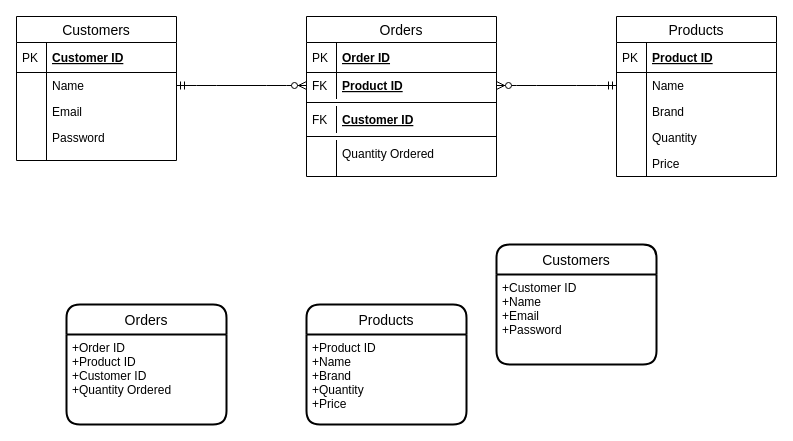
Earlier version of the draw.io diagram ERD.drawio (Warsame95/inventory-management-system). Source tidied: cells renumbered, new cells numbered last; positions are measured from the earlier drawing's top-left corner, leaving out a move shared by most shapes. Both pictures are drawn from the tidied source at 100%, with x=0, y=0 at pixel (16, 16).
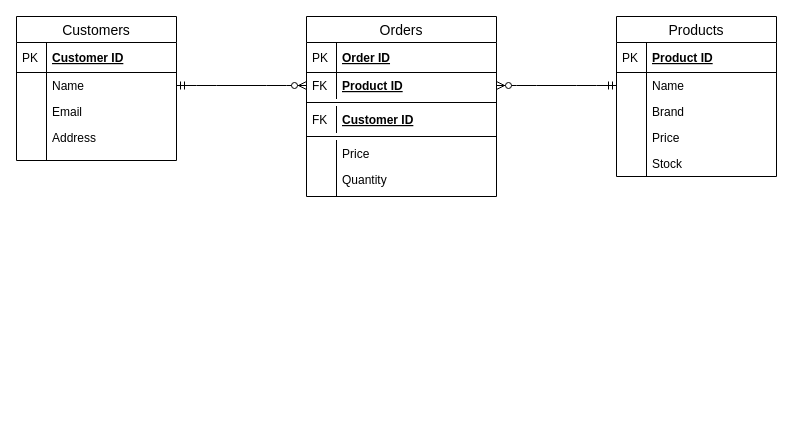
The same page after the edit.

Commit message:
I updated the structure of the tables

Unchanged cells that the change refers to:
```xml
<mxCell id="23" value="Customers" style="swimlane;fontStyle=0;horizontal=1;startSize=26;align=center;fontSize=14;" parent="1" vertex="1">
  <mxGeometry width="160" height="144" as="geometry" />
</mxCell>
<mxCell id="34" value="Products" style="swimlane;fontStyle=0;horizontal=1;startSize=26;align=center;fontSize=14;" parent="1" vertex="1">
  <mxGeometry x="600" width="160" height="160" as="geometry" />
</mxCell>
```

The edit, as a diff of the source:
```diff
@@
-    <mxCell id="4" value="Orders" style="swimlane;horizontal=1;startSize=30;rounded=1;fontSize=14;fontStyle=0;strokeWidth=2;shadow=0;dashed=0;align=center;" parent="1" vertex="1">
-      <mxGeometry x="50" y="288" width="160" height="120" as="geometry" />
-    </mxCell>
-    <mxCell id="5" value="+Order ID&#10;+Product ID&#10;+Customer ID&#10;+Quantity Ordered" style="align=left;strokeColor=none;fillColor=none;spacingLeft=4;fontSize=12;verticalAlign=top;" parent="4" vertex="1">
-      <mxGeometry y="30" width="160" height="90" as="geometry" />
-    </mxCell>
-    <mxCell id="6" value="Products" style="swimlane;horizontal=1;startSize=30;rounded=1;fontSize=14;fontStyle=0;strokeWidth=2;shadow=0;dashed=0;align=center;" parent="1" vertex="1">
-      <mxGeometry x="290" y="288" width="160" height="120" as="geometry" />
-    </mxCell>
-    <mxCell id="7" value="+Product ID&#10;+Name&#10;+Brand&#10;+Quantity&#10;+Price" style="align=left;strokeColor=none;fillColor=none;spacingLeft=4;fontSize=12;verticalAlign=top;" parent="6" vertex="1">
-      <mxGeometry y="30" width="160" height="90" as="geometry" />
-    </mxCell>
-    <mxCell id="8" value="Customers" style="swimlane;horizontal=1;startSize=30;rounded=1;fontSize=14;fontStyle=0;strokeWidth=2;shadow=0;dashed=0;align=center;" parent="1" vertex="1">
-      <mxGeometry x="480" y="228" width="160" height="120" as="geometry" />
-    </mxCell>
-    <mxCell id="9" value="+Customer ID&#10;+Name&#10;+Email&#10;+Password" style="align=left;strokeColor=none;fillColor=none;spacingLeft=4;fontSize=12;verticalAlign=top;" parent="8" vertex="1">
-      <mxGeometry y="30" width="160" height="90" as="geometry" />
-    </mxCell>
     <mxCell id="10" value="Orders" style="swimlane;fontStyle=0;horizontal=1;startSize=26;align=center;fontSize=14;" parent="1" vertex="1">
-      <mxGeometry x="290" width="190" height="160" as="geometry" />
+      <mxGeometry x="290" width="190" height="180" as="geometry" />
     </mxCell>
@@
-    <mxCell id="19" value="Quantity Ordered" style="shape=partialRectangle;top=0;left=0;right=0;bottom=0;align=left;verticalAlign=top;fillColor=none;spacingLeft=34;spacingRight=4;overflow=hidden;fontSize=12;" parent="10" vertex="1">
+    <mxCell id="19" value="Price" style="shape=partialRectangle;top=0;left=0;right=0;bottom=0;align=left;verticalAlign=top;fillColor=none;spacingLeft=34;spacingRight=4;overflow=hidden;fontSize=12;" parent="10" vertex="1">
       <mxGeometry y="124" width="190" height="26" as="geometry" />
     </mxCell>
@@
-    <mxCell id="21" style="shape=partialRectangle;top=0;left=0;right=0;bottom=0;align=left;verticalAlign=top;fillColor=none;spacingLeft=34;spacingRight=4;overflow=hidden;fontSize=12;" parent="10" vertex="1">
-      <mxGeometry y="150" width="190" height="10" as="geometry" />
+    <mxCell id="21" value="Quantity" style="shape=partialRectangle;top=0;left=0;right=0;bottom=0;align=left;verticalAlign=top;fillColor=none;spacingLeft=34;spacingRight=4;overflow=hidden;fontSize=12;" parent="10" vertex="1">
+      <mxGeometry y="150" width="190" height="30" as="geometry" />
     </mxCell>
     <mxCell id="22" style="shape=partialRectangle;top=0;left=0;bottom=0;fillColor=none;align=left;verticalAlign=top;spacingLeft=4;spacingRight=4;overflow=hidden;fontSize=12;" parent="21" vertex="1">
-      <mxGeometry width="30" height="10" as="geometry" />
+      <mxGeometry width="30" height="30" as="geometry" />
     </mxCell>
@@
-    <mxCell id="30" value="Password" style="shape=partialRectangle;top=0;left=0;right=0;bottom=0;align=left;verticalAlign=top;fillColor=none;spacingLeft=34;spacingRight=4;overflow=hidden;fontSize=12;" parent="23" vertex="1">
+    <mxCell id="30" value="Address" style="shape=partialRectangle;top=0;left=0;right=0;bottom=0;align=left;verticalAlign=top;fillColor=none;spacingLeft=34;spacingRight=4;overflow=hidden;fontSize=12;" parent="23" vertex="1">
       <mxGeometry y="108" width="160" height="26" as="geometry" />
     </mxCell>
@@
-    <mxCell id="41" value="Quantity" style="shape=partialRectangle;top=0;left=0;right=0;bottom=0;align=left;verticalAlign=top;fillColor=none;spacingLeft=34;spacingRight=4;overflow=hidden;fontSize=12;" parent="34" vertex="1">
+    <mxCell id="41" value="Price" style="shape=partialRectangle;top=0;left=0;right=0;bottom=0;align=left;verticalAlign=top;fillColor=none;spacingLeft=34;spacingRight=4;overflow=hidden;fontSize=12;" parent="34" vertex="1">
       <mxGeometry y="108" width="160" height="26" as="geometry" />
     </mxCell>
@@
-    <mxCell id="43" value="Price" style="shape=partialRectangle;top=0;left=0;right=0;bottom=0;align=left;verticalAlign=top;fillColor=none;spacingLeft=34;spacingRight=4;overflow=hidden;fontSize=12;" parent="34" vertex="1">
+    <mxCell id="43" value="Stock" style="shape=partialRectangle;top=0;left=0;right=0;bottom=0;align=left;verticalAlign=top;fillColor=none;spacingLeft=34;spacingRight=4;overflow=hidden;fontSize=12;" parent="34" vertex="1">
       <mxGeometry y="134" width="160" height="26" as="geometry" />
     </mxCell>
```
